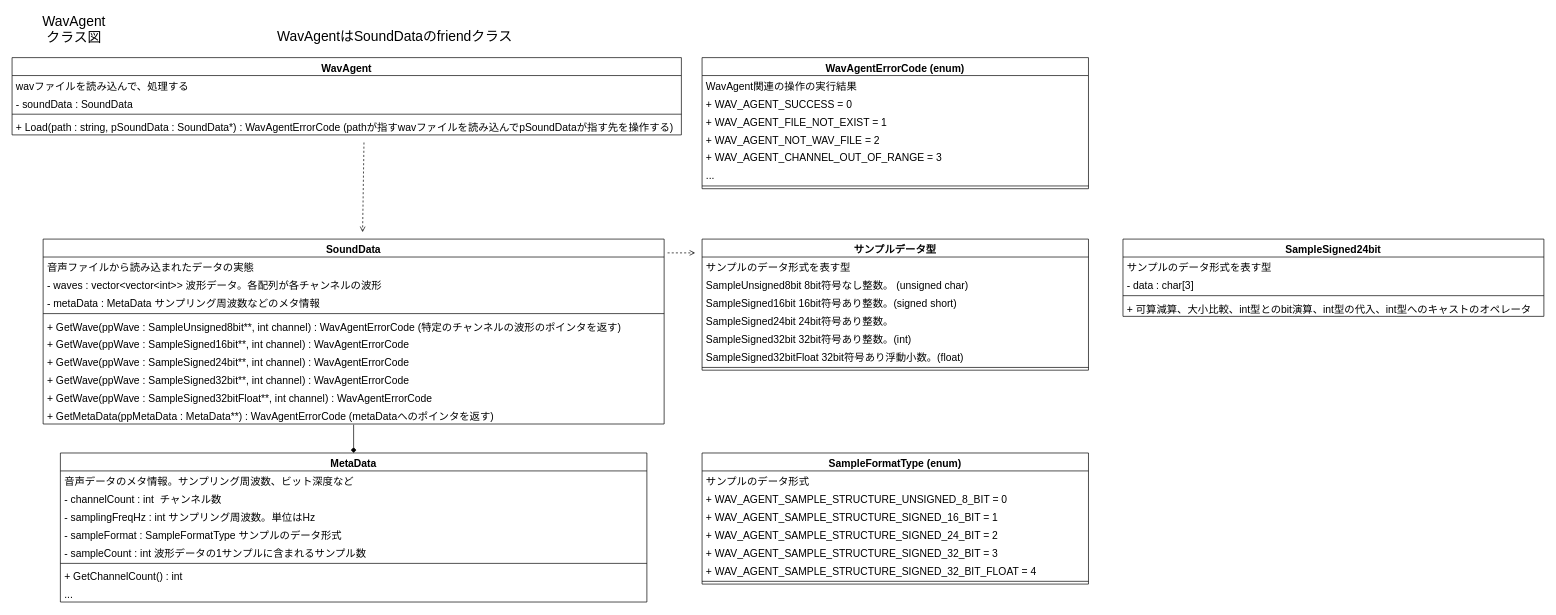
The draw.io diagram design/WavAgentClassDiagram.drawio in Dumble009/WavAgent, before the edit. Source tidied: cells renumbered, new cells numbered last; positions are measured from the earlier drawing's top-left corner, leaving out a move shared by most shapes. Both pictures are drawn from the tidied source at 69%, with x=0, y=0 at pixel (12, 18).
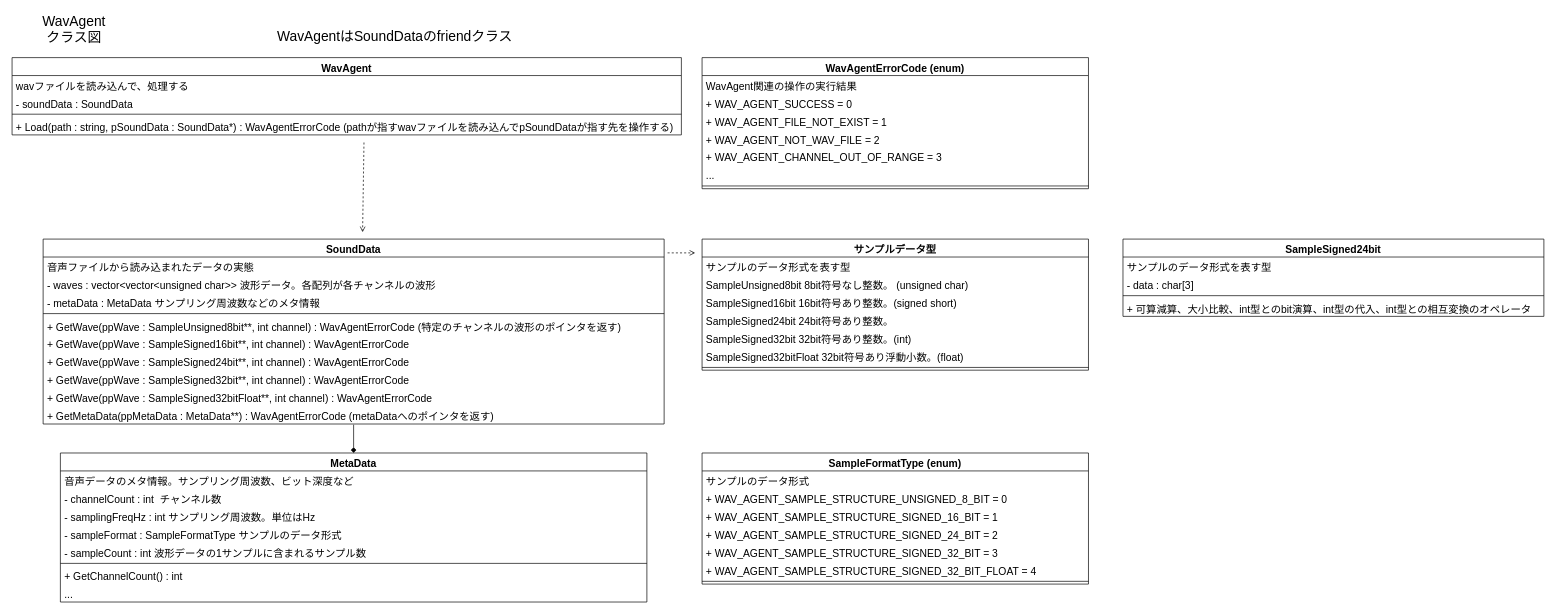
After the change.

Unchanged cells that the change refers to:
```xml
<mxCell id="9" value="SoundData" style="swimlane;fontStyle=1;align=center;verticalAlign=top;horizontal=1;startSize=26;fontSize=15;" parent="1" vertex="1">
  <mxGeometry x="45" y="320" width="900" height="268" as="geometry" />
</mxCell>
<mxCell id="55" value="SampleSigned24bit" style="swimlane;fontStyle=1;align=center;verticalAlign=top;horizontal=1;startSize=26;fontSize=15;" parent="1" vertex="1">
  <mxGeometry x="1610" y="320" width="610" height="112" as="geometry" />
</mxCell>
```

The edit, as a diff of the source:
```diff
@@
-    <mxCell id="11" value="- waves : vector&lt;vector&lt;int&gt;&gt; 波形データ。各配列が各チャンネルの波形" style="text;strokeColor=none;fillColor=none;align=left;verticalAlign=top;spacingLeft=4;spacingRight=4;overflow=hidden;fontSize=15;" parent="9" vertex="1">
+    <mxCell id="11" value="- waves : vector&lt;vector&lt;unsigned char&gt;&gt; 波形データ。各配列が各チャンネルの波形" style="text;strokeColor=none;fillColor=none;align=left;verticalAlign=top;spacingLeft=4;spacingRight=4;overflow=hidden;fontSize=15;" parent="9" vertex="1">
       <mxGeometry y="52" width="900" height="26" as="geometry" />
     </mxCell>
@@
-    <mxCell id="59" value="+ 可算減算、大小比較、int型とのbit演算、int型の代入、int型へのキャストのオペレータ" style="text;strokeColor=none;fillColor=none;align=left;verticalAlign=top;spacingLeft=4;spacingRight=4;overflow=hidden;fontSize=15;" parent="55" vertex="1">
+    <mxCell id="59" value="+ 可算減算、大小比較、int型とのbit演算、int型の代入、int型との相互変換のオペレータ" style="text;strokeColor=none;fillColor=none;align=left;verticalAlign=top;spacingLeft=4;spacingRight=4;overflow=hidden;fontSize=15;" parent="55" vertex="1">
       <mxGeometry y="86" width="610" height="26" as="geometry" />
     </mxCell>
```
